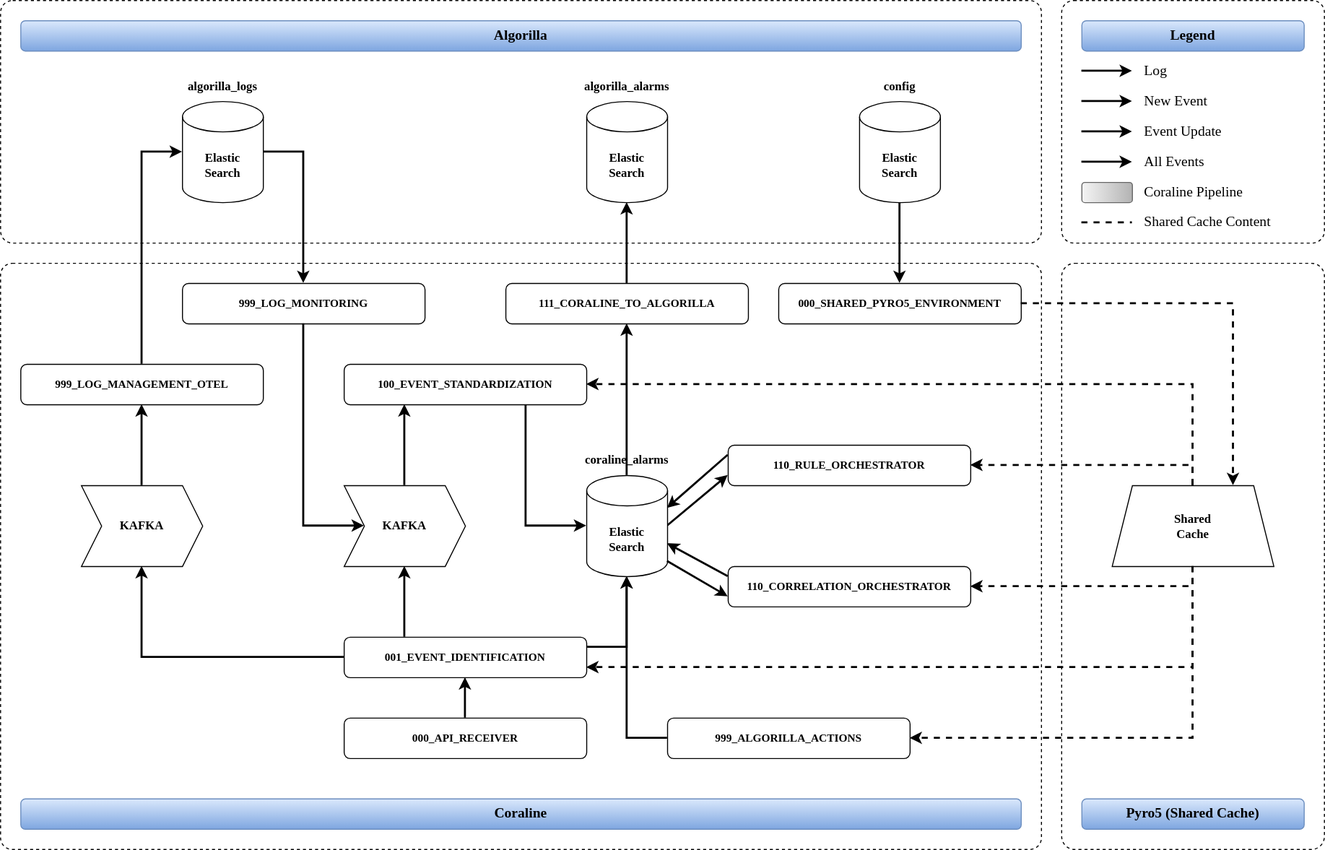
The draw.io diagram Monityr-x_engine.svg in clement-violleau/Monityr-x, before a commit. Source tidied: cells renumbered, new cells last; positions are measured from the earlier drawing's top-left corner, leaving out a move shared by most shapes.
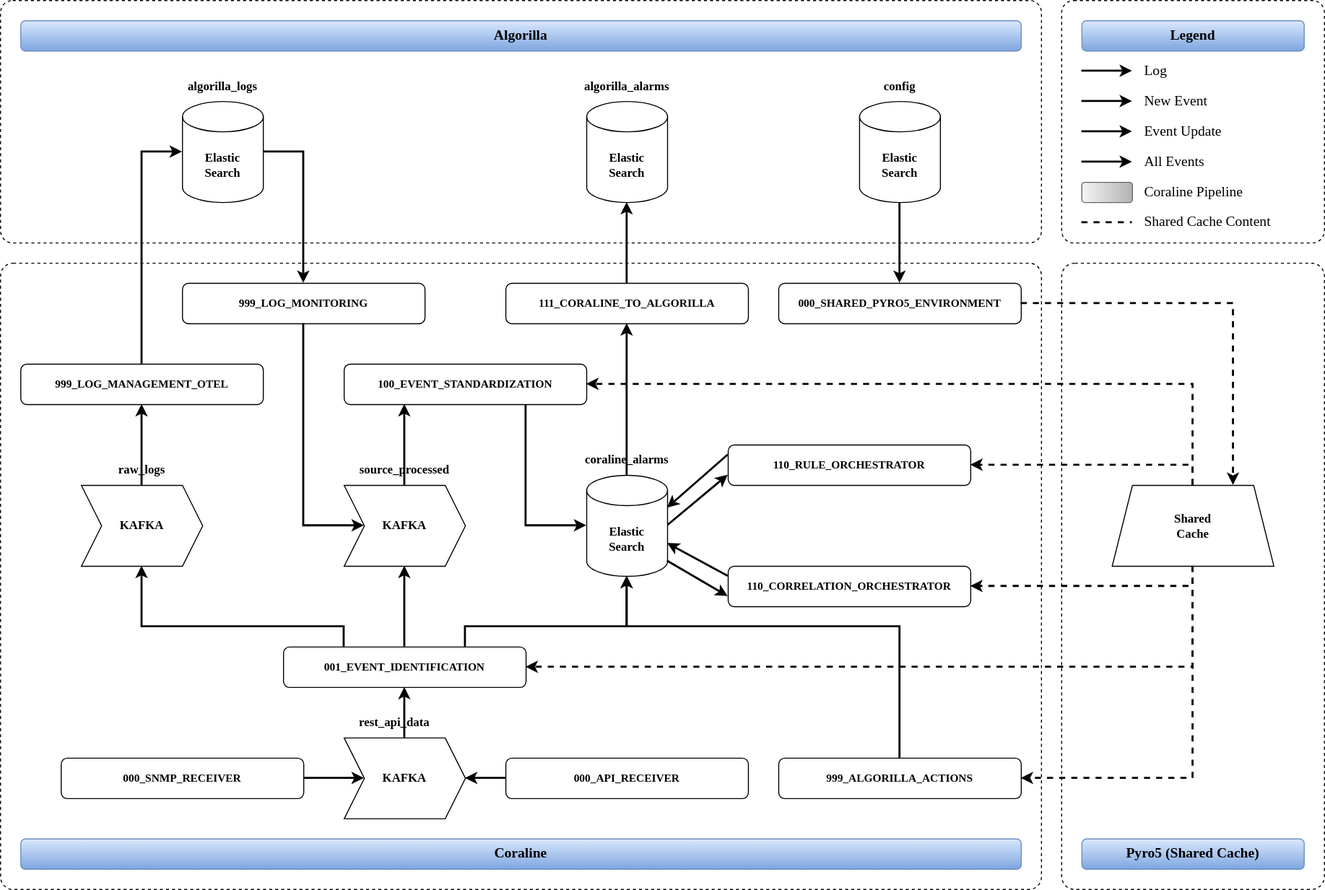
Above is the later version.

Commit message:
Mettre à jour Monityr-x_engine.svg

Change to the diagram source:
```diff
@@ -3,7 +3,7 @@
     <mxCell id="0" />
     <mxCell id="1" parent="0" />
     <mxCell id="2" style="rounded=1;whiteSpace=wrap;html=1;fillColor=default;dashed=1;arcSize=5;strokeWidth=1;fontFamily=Verdana;" parent="1" vertex="1">
-      <mxGeometry x="1050" y="260" width="260" height="580" as="geometry" />
+      <mxGeometry x="1050" y="260" width="260" height="620" as="geometry" />
     </mxCell>
     <mxCell id="3" style="rounded=1;whiteSpace=wrap;html=1;fillColor=default;dashed=1;arcSize=5;strokeWidth=1;fontFamily=Verdana;" parent="1" vertex="1">
       <mxGeometry x="1050" width="260" height="240" as="geometry" />
@@ -12,25 +12,27 @@
       <mxGeometry width="1030" height="240" as="geometry" />
     </mxCell>
     <mxCell id="5" style="rounded=1;whiteSpace=wrap;html=1;fillColor=default;dashed=1;arcSize=2;strokeWidth=1;fontFamily=Verdana;" parent="1" vertex="1">
-      <mxGeometry y="260" width="1030" height="580" as="geometry" />
+      <mxGeometry y="260" width="1030" height="620" as="geometry" />
     </mxCell>
     <mxCell id="6" style="edgeStyle=orthogonalEdgeStyle;rounded=0;jettySize=auto;html=1;exitX=0.5;exitY=1;exitDx=0;exitDy=0;entryX=1;entryY=0.5;entryDx=0;entryDy=0;endArrow=classic;endFill=1;dashed=1;strokeColor=light-dark(#000000,#00FFFF);strokeWidth=2;fontFamily=Verdana;" parent="1" edge="1" source="40" target="19">
       <mxGeometry relative="1" as="geometry" />
     </mxCell>
-    <mxCell id="7" style="edgeStyle=orthogonalEdgeStyle;rounded=0;jettySize=auto;html=1;strokeWidth=2;fontFamily=Verdana;" parent="1" edge="1" source="8" target="11">
-      <mxGeometry relative="1" as="geometry" />
-    </mxCell>
     <mxCell id="8" value="&lt;a&gt;&lt;span class=&quot;ng-binding&quot;&gt;000_API_RECEIVER&lt;/span&gt;&lt;/a&gt;" style="rounded=1;whiteSpace=wrap;html=1;gradientDirection=east;fontStyle=1;fontFamily=Verdana;fontSize=11;" parent="1" vertex="1">
-      <mxGeometry x="340" y="710" width="240" height="40" as="geometry" />
+      <mxGeometry x="500" y="750" width="240" height="40" as="geometry" />
     </mxCell>
-    <mxCell id="9" style="rounded=0;jettySize=auto;html=1;exitX=0.25;exitY=0;exitDx=0;exitDy=0;entryX=0.5;entryY=1;entryDx=0;entryDy=0;edgeStyle=orthogonalEdgeStyle;strokeColor=light-dark(#000000,#0000FF);strokeWidth=2;fontFamily=Verdana;" parent="1" edge="1" source="11" target="27">
+    <mxCell id="9" style="rounded=0;jettySize=auto;html=1;exitX=0.5;exitY=0;exitDx=0;exitDy=0;entryX=0.5;entryY=1;entryDx=0;entryDy=0;edgeStyle=orthogonalEdgeStyle;strokeColor=light-dark(#000000,#0000FF);strokeWidth=2;fontFamily=Verdana;" parent="1" edge="1" source="11" target="27">
       <mxGeometry relative="1" as="geometry" />
     </mxCell>
-    <mxCell id="10" style="rounded=0;jettySize=auto;html=1;exitX=1;exitY=0.25;exitDx=0;exitDy=0;entryX=0.5;entryY=1;entryDx=0;entryDy=0;entryPerimeter=0;edgeStyle=orthogonalEdgeStyle;strokeColor=light-dark(#000000,#FF0000);strokeWidth=2;fontFamily=Verdana;" parent="1" edge="1" source="11" target="24">
-      <mxGeometry relative="1" as="geometry" />
+    <mxCell id="10" style="rounded=0;jettySize=auto;html=1;exitX=0.75;exitY=0;exitDx=0;exitDy=0;entryX=0.5;entryY=1;entryDx=0;entryDy=0;entryPerimeter=0;edgeStyle=orthogonalEdgeStyle;strokeColor=light-dark(#000000,#FF0000);strokeWidth=2;fontFamily=Verdana;" parent="1" edge="1" source="11" target="24">
+      <mxGeometry relative="1" as="geometry">
+        <Array as="points">
+          <mxPoint x="460" y="620" />
+          <mxPoint x="620" y="620" />
+        </Array>
+      </mxGeometry>
     </mxCell>
     <mxCell id="11" value="&lt;a&gt;&lt;span class=&quot;ng-binding&quot;&gt;001_EVENT_IDENTIFICATION&lt;/span&gt;&lt;/a&gt;" style="rounded=1;whiteSpace=wrap;html=1;gradientDirection=east;fontStyle=1;fontFamily=Verdana;fontSize=11;" parent="1" vertex="1">
-      <mxGeometry x="340" y="630" width="240" height="40" as="geometry" />
+      <mxGeometry x="280" y="640" width="240" height="40" as="geometry" />
     </mxCell>
     <mxCell id="12" style="rounded=0;jettySize=auto;html=1;exitX=0.75;exitY=1;exitDx=0;exitDy=0;entryX=0;entryY=0.5;entryDx=0;entryDy=0;entryPerimeter=0;edgeStyle=orthogonalEdgeStyle;strokeColor=light-dark(#000000,#0000FF);strokeWidth=2;fontFamily=Verdana;" parent="1" edge="1" source="13" target="24">
       <mxGeometry relative="1" as="geometry" />
@@ -50,11 +52,16 @@
     <mxCell id="17" value="&lt;a&gt;&lt;span class=&quot;ng-binding&quot;&gt;111_CORALINE_TO_ALGORILLA&lt;/span&gt;&lt;/a&gt;" style="rounded=1;whiteSpace=wrap;html=1;gradientDirection=east;fontStyle=1;fontFamily=Verdana;fontSize=11;" parent="1" vertex="1">
       <mxGeometry x="500" y="280" width="240" height="40" as="geometry" />
     </mxCell>
-    <mxCell id="18" style="rounded=0;jettySize=auto;html=1;exitX=0;exitY=0.5;exitDx=0;exitDy=0;entryX=0.5;entryY=1;entryDx=0;entryDy=0;entryPerimeter=0;edgeStyle=orthogonalEdgeStyle;strokeColor=light-dark(#000000,#FF0000);strokeWidth=2;fontFamily=Verdana;" parent="1" edge="1" source="19" target="24">
-      <mxGeometry relative="1" as="geometry" />
+    <mxCell id="18" style="rounded=0;jettySize=auto;html=1;exitX=0.5;exitY=0;exitDx=0;exitDy=0;entryX=0.5;entryY=1;entryDx=0;entryDy=0;entryPerimeter=0;edgeStyle=orthogonalEdgeStyle;strokeColor=light-dark(#000000,#FF0000);strokeWidth=2;fontFamily=Verdana;" parent="1" edge="1" source="19" target="24">
+      <mxGeometry relative="1" as="geometry">
+        <Array as="points">
+          <mxPoint x="890" y="620" />
+          <mxPoint x="620" y="620" />
+        </Array>
+      </mxGeometry>
     </mxCell>
     <mxCell id="19" value="&lt;a&gt;&lt;span class=&quot;ng-binding&quot;&gt;999_ALGORILLA_ACTIONS&lt;/span&gt;&lt;/a&gt;" style="rounded=1;whiteSpace=wrap;html=1;gradientDirection=east;fontStyle=1;fontFamily=Verdana;fontSize=11;" parent="1" vertex="1">
-      <mxGeometry x="660" y="710" width="240" height="40" as="geometry" />
+      <mxGeometry x="770" y="750" width="240" height="40" as="geometry" />
     </mxCell>
     <mxCell id="20" style="rounded=0;jettySize=auto;html=1;strokeWidth=2;strokeColor=light-dark(#000000,#009900);entryX=0;entryY=0.5;entryDx=0;entryDy=0;entryPerimeter=0;edgeStyle=orthogonalEdgeStyle;fontFamily=Verdana;" parent="1" edge="1" source="21" target="31">
       <mxGeometry relative="1" as="geometry" />
@@ -105,7 +112,7 @@
       <mxGeometry x="140" y="70" width="160" height="30" as="geometry" />
     </mxCell>
     <mxCell id="36" value="Pyro5 (Shared Cache)" style="rounded=1;whiteSpace=wrap;html=1;fillColor=#dae8fc;gradientColor=#7ea6e0;strokeColor=#6c8ebf;fontStyle=1;fontSize=14;fontFamily=Verdana;" parent="1" vertex="1">
-      <mxGeometry x="1070" y="790" width="220" height="30" as="geometry" />
+      <mxGeometry x="1070" y="830" width="220" height="30" as="geometry" />
     </mxCell>
     <mxCell id="37" style="edgeStyle=orthogonalEdgeStyle;rounded=0;jettySize=auto;html=1;exitX=0.5;exitY=1;exitDx=0;exitDy=0;entryX=1;entryY=0.5;entryDx=0;entryDy=0;endArrow=classic;endFill=1;dashed=1;strokeColor=light-dark(#000000,#00FFFF);strokeWidth=2;fontFamily=Verdana;" parent="1" edge="1" source="40" target="14">
       <mxGeometry relative="1" as="geometry" />
@@ -120,7 +127,7 @@
       <mxGeometry x="1100" y="480" width="160" height="80" as="geometry" />
     </mxCell>
     <mxCell id="41" value="Coraline" style="rounded=1;whiteSpace=wrap;html=1;fillColor=#dae8fc;gradientColor=#7ea6e0;strokeColor=#6c8ebf;fontStyle=1;fontSize=14;fontFamily=Verdana;" parent="1" vertex="1">
-      <mxGeometry x="20" y="790" width="990" height="30" as="geometry" />
+      <mxGeometry x="20" y="830" width="990" height="30" as="geometry" />
     </mxCell>
     <mxCell id="42" style="edgeStyle=orthogonalEdgeStyle;rounded=0;jettySize=auto;html=1;entryX=0.5;entryY=0;entryDx=0;entryDy=0;strokeWidth=2;fontFamily=Verdana;" parent="1" edge="1" source="43" target="29">
       <mxGeometry relative="1" as="geometry" />
@@ -134,7 +141,7 @@
     <mxCell id="45" style="edgeStyle=orthogonalEdgeStyle;rounded=0;jettySize=auto;html=1;exitX=1;exitY=0.5;exitDx=0;exitDy=0;endArrow=classic;endFill=1;dashed=1;strokeColor=light-dark(#000000,#00FFFF);strokeWidth=2;entryX=0.75;entryY=0;entryDx=0;entryDy=0;fontFamily=Verdana;" parent="1" edge="1" source="29" target="40">
       <mxGeometry relative="1" as="geometry" />
     </mxCell>
-    <mxCell id="46" style="edgeStyle=orthogonalEdgeStyle;rounded=0;jettySize=auto;html=1;exitX=0.5;exitY=1;exitDx=0;exitDy=0;entryX=1;entryY=0.75;entryDx=0;entryDy=0;endArrow=classic;endFill=1;dashed=1;strokeColor=light-dark(#000000,#00FFFF);strokeWidth=2;fontFamily=Verdana;" parent="1" edge="1" source="40" target="11">
+    <mxCell id="46" style="edgeStyle=orthogonalEdgeStyle;rounded=0;jettySize=auto;html=1;exitX=0.5;exitY=1;exitDx=0;exitDy=0;entryX=1;entryY=0.5;entryDx=0;entryDy=0;endArrow=classic;endFill=1;dashed=1;strokeColor=light-dark(#000000,#00FFFF);strokeWidth=2;fontFamily=Verdana;" parent="1" edge="1" source="40" target="11">
       <mxGeometry relative="1" as="geometry" />
     </mxCell>
     <mxCell id="47" value="Legend" style="rounded=1;whiteSpace=wrap;html=1;fillColor=#dae8fc;gradientColor=#7ea6e0;strokeColor=#6c8ebf;fontStyle=1;fontSize=14;fontFamily=Verdana;" parent="1" vertex="1">
@@ -161,8 +168,13 @@
     <mxCell id="52" value="KAFKA" style="shape=step;perimeter=stepPerimeter;whiteSpace=wrap;html=1;fixedSize=1;fontFamily=Verdana;fontStyle=1;" parent="1" vertex="1">
       <mxGeometry x="80" y="480" width="120" height="80" as="geometry" />
     </mxCell>
-    <mxCell id="53" style="rounded=0;jettySize=auto;html=1;entryX=0.5;entryY=1;entryDx=0;entryDy=0;exitX=0;exitY=0.5;exitDx=0;exitDy=0;edgeStyle=orthogonalEdgeStyle;strokeWidth=2;strokeColor=light-dark(#000000,#009900);fontFamily=Verdana;" parent="1" edge="1" source="11" target="52">
-      <mxGeometry relative="1" as="geometry" />
+    <mxCell id="53" style="rounded=0;jettySize=auto;html=1;entryX=0.5;entryY=1;entryDx=0;entryDy=0;exitX=0.25;exitY=0;exitDx=0;exitDy=0;edgeStyle=orthogonalEdgeStyle;strokeWidth=2;strokeColor=light-dark(#000000,#009900);fontFamily=Verdana;" parent="1" edge="1" source="11" target="52">
+      <mxGeometry relative="1" as="geometry">
+        <Array as="points">
+          <mxPoint x="340" y="620" />
+          <mxPoint x="140" y="620" />
+        </Array>
+      </mxGeometry>
     </mxCell>
     <mxCell id="54" style="rounded=0;orthogonalLoop=1;jettySize=auto;html=1;edgeStyle=orthogonalEdgeStyle;strokeWidth=2;strokeColor=light-dark(#000000,#009900);fontFamily=Verdana;" parent="1" edge="1">
       <mxGeometry relative="1" as="geometry">
@@ -200,13 +212,6 @@
     <mxCell id="62" value="&lt;a&gt;&lt;span class=&quot;ng-binding&quot;&gt;999_LOG_MONITORING&lt;/span&gt;&lt;/a&gt;" style="rounded=1;whiteSpace=wrap;html=1;gradientDirection=east;fontStyle=1;fontFamily=Verdana;fontSize=11;" parent="1" vertex="1">
       <mxGeometry x="180" y="280" width="240" height="40" as="geometry" />
     </mxCell>
-    <mxCell id="63" style="rounded=0;jettySize=auto;html=1;exitX=0.5;exitY=1;exitDx=0;exitDy=0;entryX=0;entryY=0.5;entryDx=0;entryDy=0;edgeStyle=orthogonalEdgeStyle;strokeColor=light-dark(#000000,#0000FF);strokeWidth=2;fontFamily=Verdana;" parent="1" edge="1" source="62" target="27">
-      <mxGeometry relative="1" as="geometry">
-        <Array as="points">
-          <mxPoint x="300" y="520" />
-        </Array>
-      </mxGeometry>
-    </mxCell>
     <mxCell id="64" style="rounded=0;jettySize=auto;html=1;startArrow=none;startFill=0;entryX=1;entryY=0;entryDx=0;entryDy=32.5;exitX=0;exitY=0.25;exitDx=0;exitDy=0;strokeWidth=2;strokeColor=light-dark(#000000,#FF0000);entryPerimeter=0;fontFamily=Verdana;" parent="1" edge="1" source="15" target="24">
       <mxGeometry relative="1" as="geometry" />
     </mxCell>
@@ -216,5 +221,36 @@
     <mxCell id="66" value="coraline_alarms" style="text;html=1;whiteSpace=wrap;strokeColor=none;fillColor=none;align=center;verticalAlign=middle;rounded=0;fontFamily=Verdana;fontStyle=1;fontSize=12;" parent="1" vertex="1">
       <mxGeometry x="540" y="440" width="160" height="30" as="geometry" />
     </mxCell>
+    <mxCell id="63" style="rounded=0;jettySize=auto;html=1;entryX=0;entryY=0.5;entryDx=0;entryDy=0;edgeStyle=orthogonalEdgeStyle;exitX=0.5;exitY=1;exitDx=0;exitDy=0;strokeColor=light-dark(#000000,#0000FF);strokeWidth=2;fontFamily=Verdana;" parent="1" edge="1" source="62" target="27">
+      <mxGeometry relative="1" as="geometry">
+        <Array as="points">
+          <mxPoint x="300" y="520" />
+        </Array>
+      </mxGeometry>
+    </mxCell>
+    <mxCell id="67" value="source_processed" style="text;html=1;whiteSpace=wrap;strokeColor=none;fillColor=none;align=center;verticalAlign=middle;rounded=0;fontFamily=Verdana;fontStyle=1;fontSize=12;" parent="1" vertex="1">
+      <mxGeometry x="320" y="450" width="160" height="30" as="geometry" />
+    </mxCell>
+    <mxCell id="68" value="&lt;div&gt;raw_logs&lt;/div&gt;" style="text;html=1;whiteSpace=wrap;strokeColor=none;fillColor=none;align=center;verticalAlign=middle;rounded=0;fontFamily=Verdana;fontStyle=1;fontSize=12;" parent="1" vertex="1">
+      <mxGeometry x="60" y="450" width="160" height="30" as="geometry" />
+    </mxCell>
+    <mxCell id="69" style="edgeStyle=orthogonalEdgeStyle;rounded=0;jettySize=auto;html=1;strokeWidth=2;fontFamily=Verdana;" parent="1" edge="1" source="8" target="70">
+      <mxGeometry relative="1" as="geometry" />
+    </mxCell>
+    <mxCell id="70" value="KAFKA" style="shape=step;perimeter=stepPerimeter;whiteSpace=wrap;html=1;fixedSize=1;fontFamily=Verdana;fontStyle=1;" parent="1" vertex="1">
+      <mxGeometry x="340" y="730" width="120" height="80" as="geometry" />
+    </mxCell>
+    <mxCell id="71" style="edgeStyle=orthogonalEdgeStyle;rounded=0;jettySize=auto;html=1;strokeWidth=2;fontFamily=Verdana;exitX=0.5;exitY=0;exitDx=0;exitDy=0;entryX=0.5;entryY=1;entryDx=0;entryDy=0;" parent="1" edge="1" source="70" target="11">
+      <mxGeometry relative="1" as="geometry" />
+    </mxCell>
+    <mxCell id="72" value="rest_api_data" style="text;html=1;whiteSpace=wrap;strokeColor=none;fillColor=none;align=center;verticalAlign=middle;rounded=0;fontFamily=Verdana;fontStyle=1;fontSize=12;" parent="1" vertex="1">
+      <mxGeometry x="310" y="700" width="160" height="30" as="geometry" />
+    </mxCell>
+    <mxCell id="73" style="edgeStyle=orthogonalEdgeStyle;rounded=0;jettySize=auto;html=1;strokeWidth=2;" parent="1" edge="1" source="74" target="70">
+      <mxGeometry relative="1" as="geometry" />
+    </mxCell>
+    <mxCell id="74" value="&lt;a&gt;&lt;span class=&quot;ng-binding&quot;&gt;000_SNMP_RECEIVER&lt;/span&gt;&lt;/a&gt;" style="rounded=1;whiteSpace=wrap;html=1;gradientDirection=east;fontStyle=1;fontFamily=Verdana;fontSize=11;" parent="1" vertex="1">
+      <mxGeometry x="60" y="750" width="240" height="40" as="geometry" />
+    </mxCell>
   </root>
 </mxGraphModel>
```
